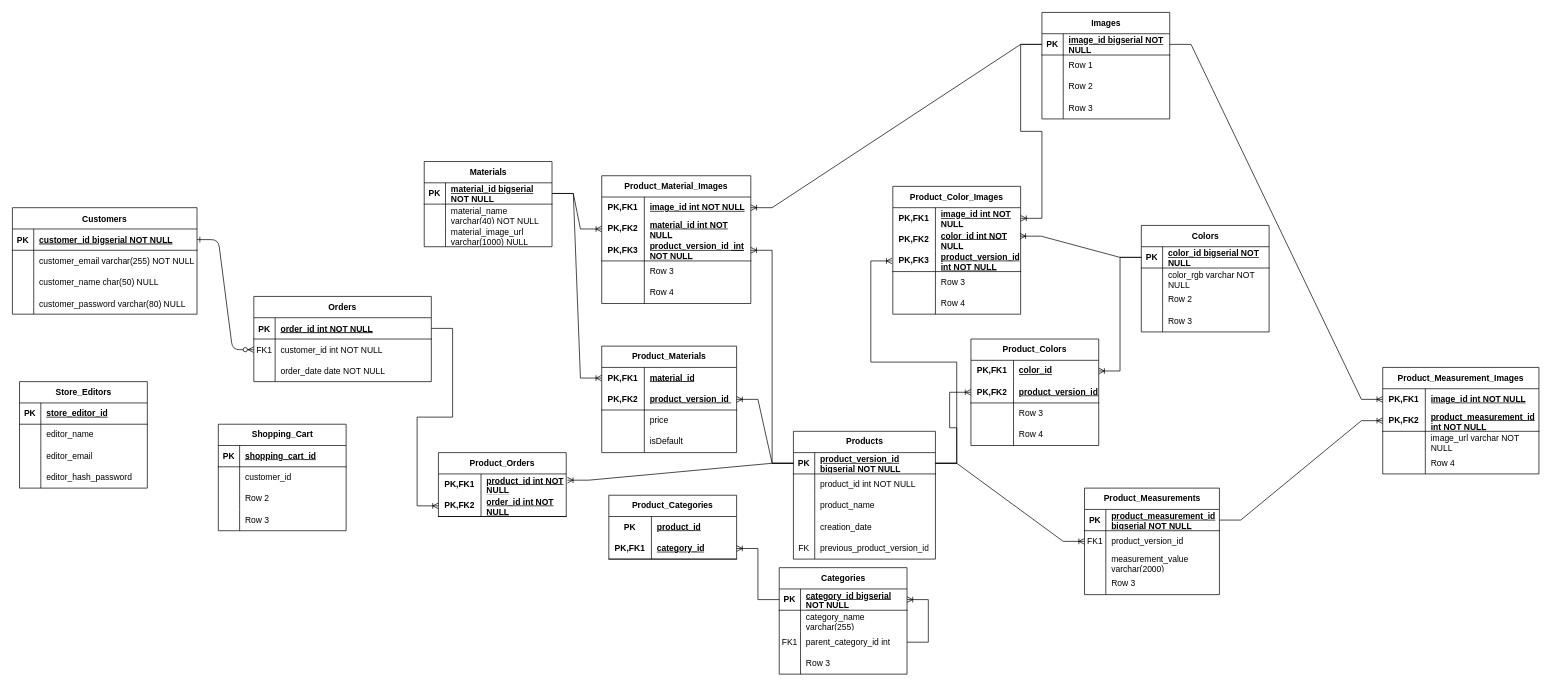
The draw.io diagram Backend-ER-Diagram.drawio in AfonsoSemeano/md-paulinos, before the edit. Source tidied: cells renumbered, new cells numbered last; positions are measured from the earlier drawing's top-left corner, leaving out a move shared by most shapes. Both pictures are drawn from the tidied source at 71%, with x=0, y=0 at pixel (12, 12).
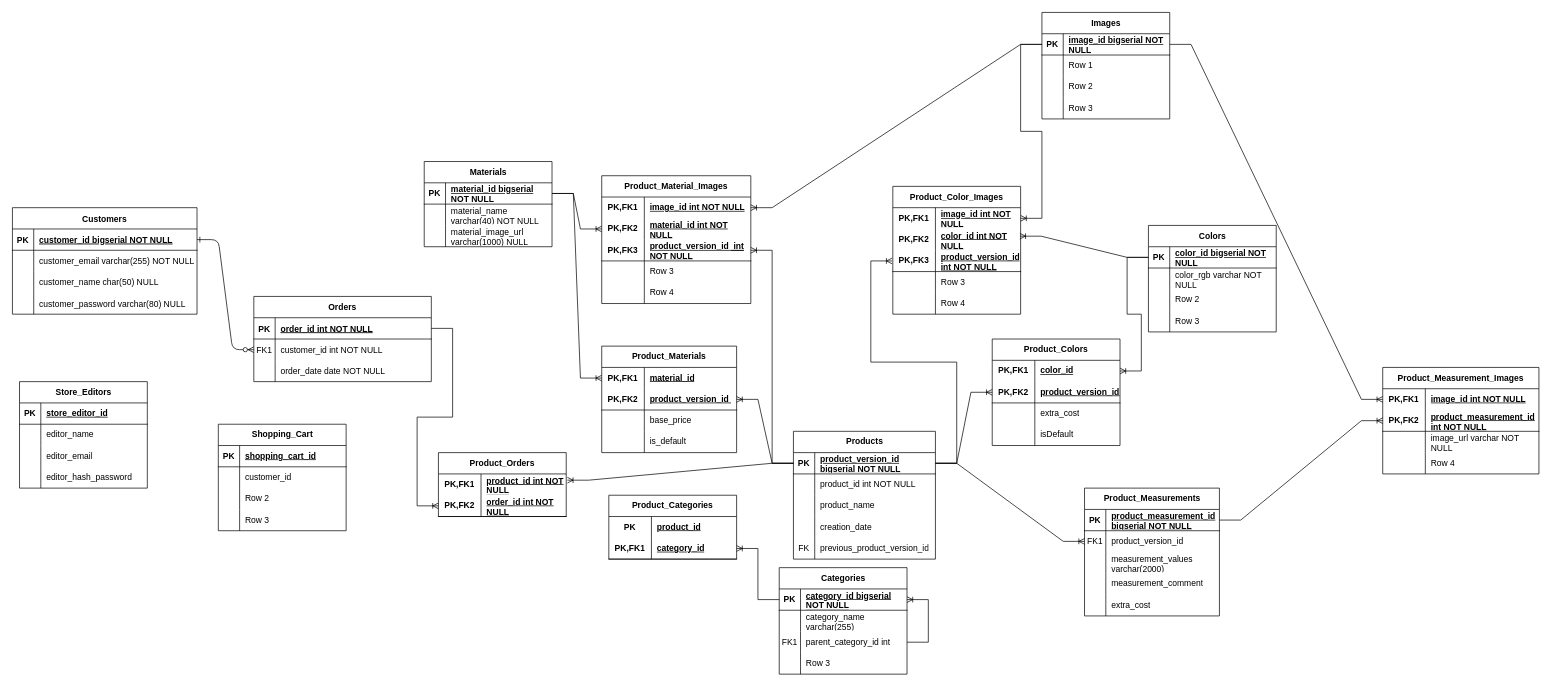
The same page after the edit.

The change refers to these unchanged cells:
```xml
<mxCell id="126" style="shape=tableRow;horizontal=0;startSize=0;swimlaneHead=0;swimlaneBody=0;fillColor=none;top=0;left=0;right=0;bottom=0;html=1;" parent="119" vertex="1">
  <mxGeometry y="90" width="190" height="30" as="geometry" />
</mxCell>
<mxCell id="129" style="shape=tableRow;horizontal=0;startSize=0;swimlaneHead=0;swimlaneBody=0;fillColor=none;top=0;left=0;right=0;bottom=0;html=1;" parent="119" vertex="1">
  <mxGeometry y="120" width="190" height="30" as="geometry" />
</mxCell>
<mxCell id="178" style="shape=tableRow;horizontal=0;startSize=0;swimlaneHead=0;swimlaneBody=0;fillColor=none;top=0;left=0;right=0;bottom=0;html=1;" parent="171" vertex="1">
  <mxGeometry y="90" width="180" height="30" as="geometry" />
</mxCell>
<mxCell id="181" style="shape=tableRow;horizontal=0;startSize=0;swimlaneHead=0;swimlaneBody=0;fillColor=none;top=0;left=0;right=0;bottom=0;html=1;" parent="171" vertex="1">
  <mxGeometry y="120" width="180" height="30" as="geometry" />
</mxCell>
<mxCell id="193" style="shape=tableRow;horizontal=0;startSize=0;swimlaneHead=0;swimlaneBody=0;fillColor=none;top=0;left=0;right=0;bottom=0;" parent="186" vertex="1">
  <mxGeometry y="90" width="190" height="30" as="geometry" />
</mxCell>
<mxCell id="196" style="shape=tableRow;horizontal=0;startSize=0;swimlaneHead=0;swimlaneBody=0;fillColor=none;top=0;left=0;right=0;bottom=0;" parent="186" vertex="1">
  <mxGeometry y="120" width="190" height="30" as="geometry" />
</mxCell>
```

What changed in the source:
```diff
@@
     <mxCell id="66" value="Colors" style="shape=table;startSize=30;childLayout=tableLayout;rowLines=0;fontStyle=1;align=center;html=1;" parent="1" vertex="1">
-      <mxGeometry x="1590" y="300" width="180" height="150" as="geometry" />
+      <mxGeometry x="1600" y="300" width="180" height="150" as="geometry" />
     </mxCell>
@@
-    <mxCell id="128" value="price" style="shape=partialRectangle;fillColor=none;top=0;left=0;bottom=0;right=0;align=left;spacingLeft=6;overflow=hidden;html=1;whiteSpace=wrap;" parent="126" vertex="1">
+    <mxCell id="128" value="base_price" style="shape=partialRectangle;fillColor=none;top=0;left=0;bottom=0;right=0;align=left;spacingLeft=6;overflow=hidden;html=1;whiteSpace=wrap;" parent="126" vertex="1">
       <mxGeometry x="60" width="130" height="30" as="geometry" />
     </mxCell>
@@
-    <mxCell id="131" value="isDefault" style="shape=partialRectangle;fillColor=none;top=0;left=0;bottom=0;right=0;align=left;spacingLeft=6;overflow=hidden;html=1;whiteSpace=wrap;" parent="129" vertex="1">
+    <mxCell id="131" value="is_default" style="shape=partialRectangle;fillColor=none;top=0;left=0;bottom=0;right=0;align=left;spacingLeft=6;overflow=hidden;html=1;whiteSpace=wrap;" parent="129" vertex="1">
       <mxGeometry x="60" width="130" height="30" as="geometry" />
     </mxCell>
@@
     <mxCell id="171" value="Product_Colors" style="shape=table;startSize=30;childLayout=tableLayout;rowLines=0;fontStyle=1;align=center;html=1;whiteSpace=wrap;" parent="1" vertex="1">
-      <mxGeometry x="1350" y="460" width="180" height="150" as="geometry" />
+      <mxGeometry x="1380" y="460" width="180" height="150" as="geometry" />
     </mxCell>
@@
-    <mxCell id="180" value="Row 3" style="shape=partialRectangle;fillColor=none;top=0;left=0;bottom=0;right=0;align=left;spacingLeft=6;overflow=hidden;html=1;whiteSpace=wrap;" parent="178" vertex="1">
+    <mxCell id="180" value="extra_cost" style="shape=partialRectangle;fillColor=none;top=0;left=0;bottom=0;right=0;align=left;spacingLeft=6;overflow=hidden;html=1;whiteSpace=wrap;" parent="178" vertex="1">
       <mxGeometry x="60" width="120" height="30" as="geometry" />
     </mxCell>
@@
-    <mxCell id="183" value="Row 4" style="shape=partialRectangle;fillColor=none;top=0;left=0;bottom=0;right=0;align=left;spacingLeft=6;overflow=hidden;html=1;whiteSpace=wrap;" parent="181" vertex="1">
+    <mxCell id="183" value="isDefault" style="shape=partialRectangle;fillColor=none;top=0;left=0;bottom=0;right=0;align=left;spacingLeft=6;overflow=hidden;html=1;whiteSpace=wrap;" parent="181" vertex="1">
       <mxGeometry x="60" width="120" height="30" as="geometry" />
     </mxCell>
@@
     <mxCell id="186" value="Product_Measurements" style="shape=table;startSize=30;childLayout=tableLayout;rowLines=0;fontStyle=1;align=center;html=1;" parent="1" vertex="1">
-      <mxGeometry x="1510" y="670" width="190" height="150" as="geometry" />
+      <mxGeometry x="1510" y="670" width="190" height="180" as="geometry" />
     </mxCell>
@@
-    <mxCell id="195" value="measurement_value varchar(2000)" style="shape=partialRectangle;fillColor=none;top=0;left=0;bottom=0;right=0;align=left;spacingLeft=6;overflow=hidden;whiteSpace=wrap;html=1;" parent="193" vertex="1">
+    <mxCell id="195" value="measurement_values varchar(2000)" style="shape=partialRectangle;fillColor=none;top=0;left=0;bottom=0;right=0;align=left;spacingLeft=6;overflow=hidden;whiteSpace=wrap;html=1;" parent="193" vertex="1">
       <mxGeometry x="30" width="160" height="30" as="geometry" />
     </mxCell>
@@
-    <mxCell id="198" value="Row 3" style="shape=partialRectangle;fillColor=none;top=0;left=0;bottom=0;right=0;align=left;spacingLeft=6;overflow=hidden;whiteSpace=wrap;html=1;" parent="196" vertex="1">
+    <mxCell id="198" value="measurement_comment" style="shape=partialRectangle;fillColor=none;top=0;left=0;bottom=0;right=0;align=left;spacingLeft=6;overflow=hidden;whiteSpace=wrap;html=1;" parent="196" vertex="1">
       <mxGeometry x="30" width="160" height="30" as="geometry" />
     </mxCell>
+    <mxCell id="232" style="shape=tableRow;horizontal=0;startSize=0;swimlaneHead=0;swimlaneBody=0;fillColor=none;top=0;left=0;right=0;bottom=0;" parent="186" vertex="1">
+      <mxGeometry y="150" width="190" height="30" as="geometry" />
+    </mxCell>
+    <mxCell id="233" style="shape=partialRectangle;fillColor=none;top=0;left=0;bottom=0;right=0;overflow=hidden;whiteSpace=wrap;html=1;" parent="232" vertex="1">
+      <mxGeometry width="30" height="30" as="geometry" />
+    </mxCell>
+    <mxCell id="234" value="extra_cost" style="shape=partialRectangle;fillColor=none;top=0;left=0;bottom=0;right=0;align=left;spacingLeft=6;overflow=hidden;whiteSpace=wrap;html=1;" parent="232" vertex="1">
+      <mxGeometry x="30" width="160" height="30" as="geometry" />
+    </mxCell>
```
